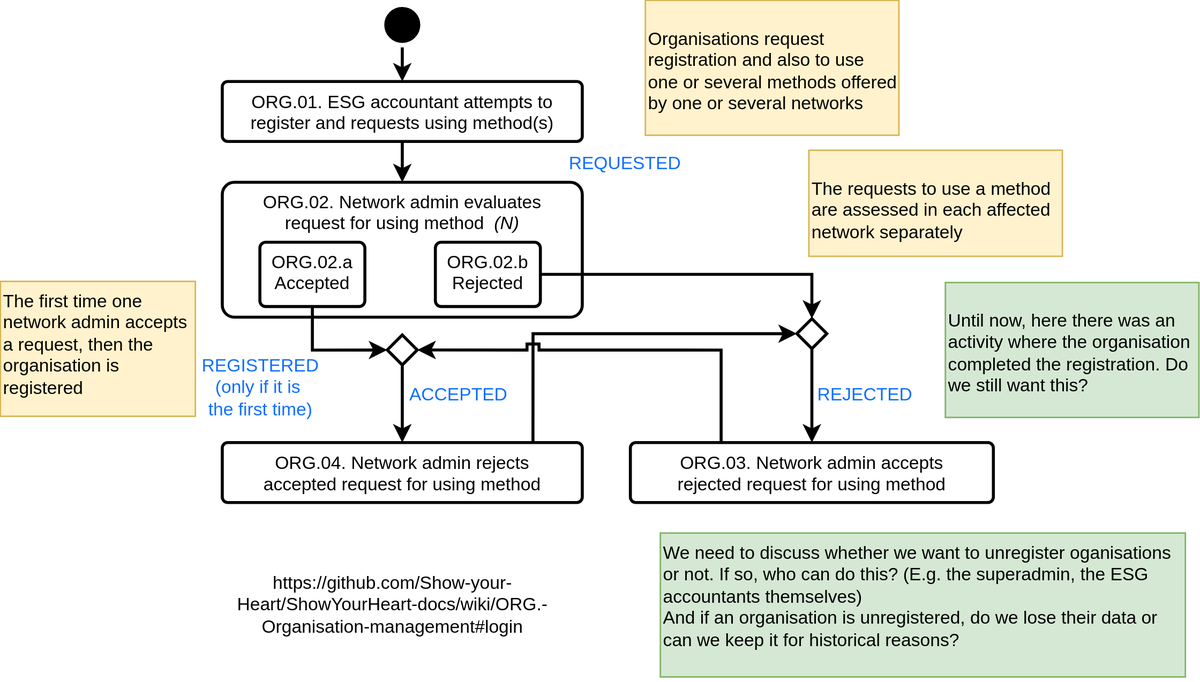
This is Process/ProcessORG.svg from Show-your-Heart/ShowYourHeart-docs, a draw.io export, as it was before one commit. Source tidied: cells renumbered, new cells last; positions are measured from the earlier drawing's top-left corner, leaving out a move shared by most shapes.
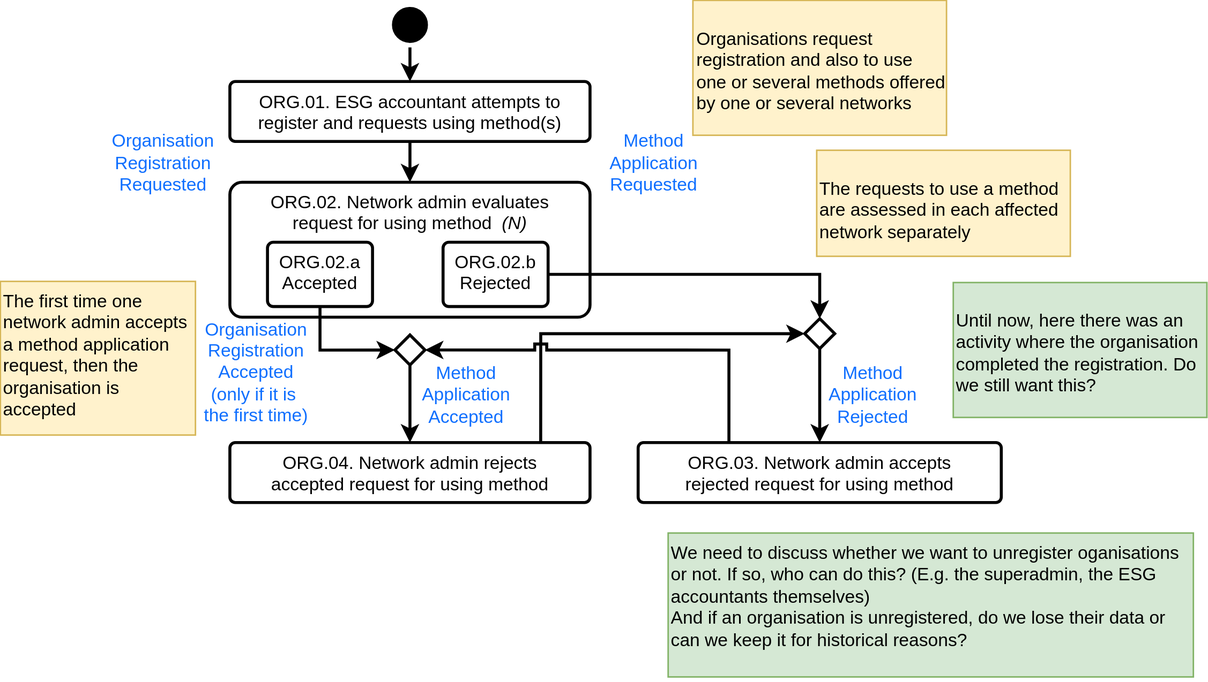
The same diagram one commit later.

Change to the diagram source:
```diff
@@ -38,14 +38,14 @@
     <mxCell id="13" value="ORG.03. Network admin accepts rejected request for using method" style="rounded=1;whiteSpace=wrap;html=1;shadow=0;verticalAlign=top;spacingLeft=10;spacingRight=10;arcSize=9;strokeWidth=2;" parent="1" vertex="1">
       <mxGeometry x="420" y="295" width="242" height="40" as="geometry" />
     </mxCell>
-    <mxCell id="14" value="&lt;div&gt;&lt;span style=&quot;color: rgb(15, 111, 255);&quot;&gt;REJECTED&lt;/span&gt;&lt;/div&gt;" style="text;html=1;align=center;verticalAlign=middle;strokeColor=none;fillColor=none;" parent="1" vertex="1">
-      <mxGeometry x="531" y="248.2" width="90" height="30" as="geometry" />
+    <mxCell id="14" value="&lt;div&gt;&lt;div&gt;&lt;span style=&quot;color: rgb(15, 111, 255);&quot;&gt;Method&lt;/span&gt;&lt;/div&gt;&lt;div&gt;&lt;span style=&quot;color: rgb(15, 111, 255);&quot;&gt;Application&lt;/span&gt;&lt;/div&gt;&lt;/div&gt;&lt;div&gt;&lt;span style=&quot;color: rgb(15, 111, 255);&quot;&gt;Rejected&lt;/span&gt;&lt;/div&gt;" style="text;html=1;align=center;verticalAlign=middle;strokeColor=none;fillColor=none;" parent="1" vertex="1">
+      <mxGeometry x="536" y="233.2" width="80" height="60" as="geometry" />
     </mxCell>
     <mxCell id="15" value="&lt;p&gt;Organisations request registration and also to use one or several methods offered by one or several networks&lt;br&gt;&lt;/p&gt;" style="text;html=1;whiteSpace=wrap;overflow=hidden;rounded=0;fillColor=#fff2cc;strokeColor=#d6b656;" parent="1" vertex="1">
-      <mxGeometry x="430" width="169" height="90" as="geometry" />
+      <mxGeometry x="456.5" width="169" height="90" as="geometry" />
     </mxCell>
-    <mxCell id="16" value="&lt;div&gt;&lt;span style=&quot;color: rgb(15, 111, 255);&quot;&gt;ACCEPTED&lt;/span&gt;&lt;/div&gt;" style="text;html=1;align=center;verticalAlign=middle;strokeColor=none;fillColor=none;" parent="1" vertex="1">
-      <mxGeometry x="260" y="248.2" width="90" height="30" as="geometry" />
+    <mxCell id="16" value="&lt;div&gt;&lt;div&gt;&lt;span style=&quot;color: rgb(15, 111, 255);&quot;&gt;Method&lt;/span&gt;&lt;/div&gt;&lt;div&gt;&lt;span style=&quot;color: rgb(15, 111, 255);&quot;&gt;Application&lt;/span&gt;&lt;/div&gt;&lt;span style=&quot;color: rgb(15, 111, 255);&quot;&gt;Accepted&lt;/span&gt;&lt;/div&gt;" style="text;html=1;align=center;verticalAlign=middle;strokeColor=none;fillColor=none;" parent="1" vertex="1">
+      <mxGeometry x="265" y="233.2" width="80" height="60" as="geometry" />
     </mxCell>
     <mxCell id="17" style="edgeStyle=orthogonalEdgeStyle;rounded=0;jumpStyle=sharp;jettySize=auto;html=1;startArrow=none;entryX=1;entryY=0.5;entryDx=0;entryDy=0;exitX=0.25;exitY=0;exitDx=0;exitDy=0;strokeWidth=2;" parent="1" edge="1" source="13" target="18">
       <mxGeometry relative="1" as="geometry" />
@@ -56,8 +56,8 @@
     <mxCell id="19" style="edgeStyle=orthogonalEdgeStyle;rounded=0;jumpStyle=sharp;jettySize=auto;html=1;startArrow=none;entryX=0.5;entryY=0;entryDx=0;entryDy=0;strokeWidth=2;exitX=0.5;exitY=1;exitDx=0;exitDy=0;" parent="1" edge="1" source="18" target="8">
       <mxGeometry relative="1" as="geometry" />
     </mxCell>
-    <mxCell id="20" value="The first time one network admin accepts a request, then the organisation is registered" style="text;html=1;whiteSpace=wrap;overflow=hidden;rounded=0;fillColor=#fff2cc;strokeColor=#d6b656;" parent="1" vertex="1">
-      <mxGeometry y="187.5" width="130" height="90" as="geometry" />
+    <mxCell id="20" value="The first time one network admin accepts a method application request, then the organisation is accepted" style="text;html=1;whiteSpace=wrap;overflow=hidden;rounded=0;fillColor=#fff2cc;strokeColor=#d6b656;" parent="1" vertex="1">
+      <mxGeometry x="-5" y="187.5" width="130" height="102.5" as="geometry" />
     </mxCell>
     <mxCell id="21" style="edgeStyle=orthogonalEdgeStyle;rounded=0;jumpStyle=sharp;jettySize=auto;html=1;startArrow=none;entryX=0.5;entryY=0;entryDx=0;entryDy=0;exitX=1;exitY=0.5;exitDx=0;exitDy=0;strokeWidth=2;" parent="1" edge="1" source="12" target="22">
       <mxGeometry relative="1" as="geometry" />
@@ -74,14 +74,14 @@
     <mxCell id="25" value="&lt;p&gt;The requests to use a method are assessed in each affected network separately&lt;br&gt;&lt;/p&gt;" style="text;html=1;whiteSpace=wrap;overflow=hidden;rounded=0;fillColor=#fff2cc;strokeColor=#d6b656;" parent="1" vertex="1">
       <mxGeometry x="539" y="100" width="169" height="70.8" as="geometry" />
     </mxCell>
-    <mxCell id="26" value="&lt;div&gt;&lt;br&gt;&lt;/div&gt;&lt;div&gt;&lt;span style=&quot;color: rgb(15, 111, 255);&quot;&gt;REQUESTED&lt;/span&gt;&lt;/div&gt;" style="text;html=1;align=center;verticalAlign=middle;strokeColor=none;fillColor=none;" parent="1" vertex="1">
-      <mxGeometry x="366" y="81.4" width="100" height="40" as="geometry" />
+    <mxCell id="26" value="&lt;div&gt;&lt;br&gt;&lt;/div&gt;&lt;div&gt;&lt;span style=&quot;color: rgb(15, 111, 255);&quot;&gt;Method&lt;/span&gt;&lt;/div&gt;&lt;div&gt;&lt;span style=&quot;color: rgb(15, 111, 255);&quot;&gt;Application&lt;/span&gt;&lt;/div&gt;&lt;div&gt;&lt;span style=&quot;color: rgb(15, 111, 255);&quot;&gt;Requested&lt;/span&gt;&lt;/div&gt;" style="text;html=1;align=center;verticalAlign=middle;strokeColor=none;fillColor=none;" parent="1" vertex="1">
+      <mxGeometry x="390" y="66.4" width="80" height="70" as="geometry" />
     </mxCell>
-    <mxCell id="27" value="&lt;div&gt;REGISTERED &lt;br&gt;&lt;/div&gt;&lt;div&gt;(only if it is&amp;nbsp;&lt;/div&gt;&lt;div&gt;the first time)&lt;/div&gt;" style="text;html=1;align=center;verticalAlign=middle;strokeColor=none;fillColor=none;fontColor=#0F6FFF;" parent="1" vertex="1">
-      <mxGeometry x="123" y="228.2" width="100" height="60" as="geometry" />
+    <mxCell id="27" value="&lt;div&gt;Organisation&lt;/div&gt;&lt;div&gt;&lt;span style=&quot;color: rgb(15, 111, 255);&quot;&gt;Registration&lt;/span&gt;&lt;/div&gt;&lt;div&gt;Accepted&lt;br&gt;&lt;/div&gt;&lt;div&gt;(only if it is&amp;nbsp;&lt;/div&gt;&lt;div&gt;the first time)&lt;/div&gt;" style="text;html=1;align=center;verticalAlign=middle;strokeColor=none;fillColor=none;fontColor=#0F6FFF;" parent="1" vertex="1">
+      <mxGeometry x="120" y="203.2" width="90" height="90" as="geometry" />
     </mxCell>
-    <mxCell id="28" value="https://github.com/Show-your-Heart/ShowYourHeart-docs/wiki/ORG.-Organisation-management#login " style="text;html=1;align=center;verticalAlign=middle;whiteSpace=wrap;rounded=0;" parent="1" vertex="1">
-      <mxGeometry x="128" y="388.4" width="267" height="30" as="geometry" />
-    </mxCell>
+    <mxCell id="29" value="&lt;div&gt;&lt;br&gt;&lt;/div&gt;&lt;div&gt;&lt;span style=&quot;color: rgb(15, 111, 255);&quot;&gt;Organisation&lt;/span&gt;&lt;/div&gt;&lt;div&gt;&lt;span style=&quot;color: rgb(15, 111, 255);&quot;&gt;Registration&lt;/span&gt;&lt;/div&gt;&lt;div&gt;&lt;span style=&quot;color: rgb(15, 111, 255);&quot;&gt;Requested&lt;/span&gt;&lt;/div&gt;" style="text;html=1;align=center;verticalAlign=middle;strokeColor=none;fillColor=none;" parent="1" vertex="1">
+      <mxGeometry x="57.9" y="66.4" width="90" height="70" as="geometry" />
+    </mxCell>
   </root>
 </mxGraphModel>
```
